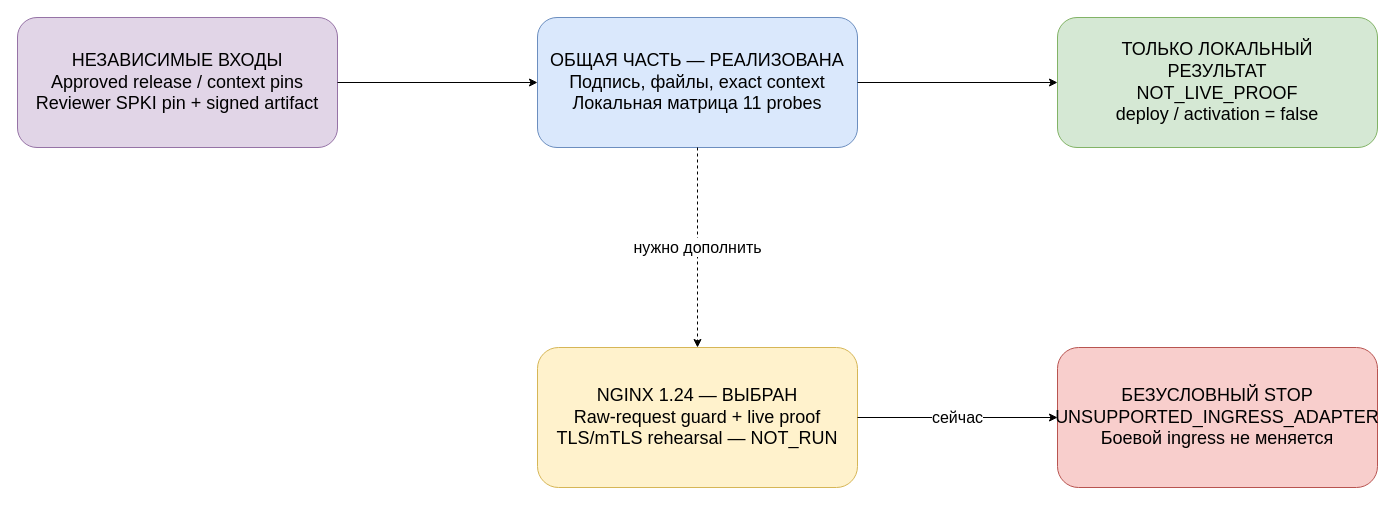
Above: page "Ingress evidence boundaries" (1 of 2) of docs/assets/partner-game-membership-ingress-evidence.drawio in Z6v6e6r/lk (draw.io), before the change. Source tidied: cells renumbered, new cells numbered last; positions are measured from the earlier drawing's top-left corner, leaving out a move shared by most shapes. Both pictures are drawn from the tidied source at 100%, with x=0, y=0 at pixel (17, 17).
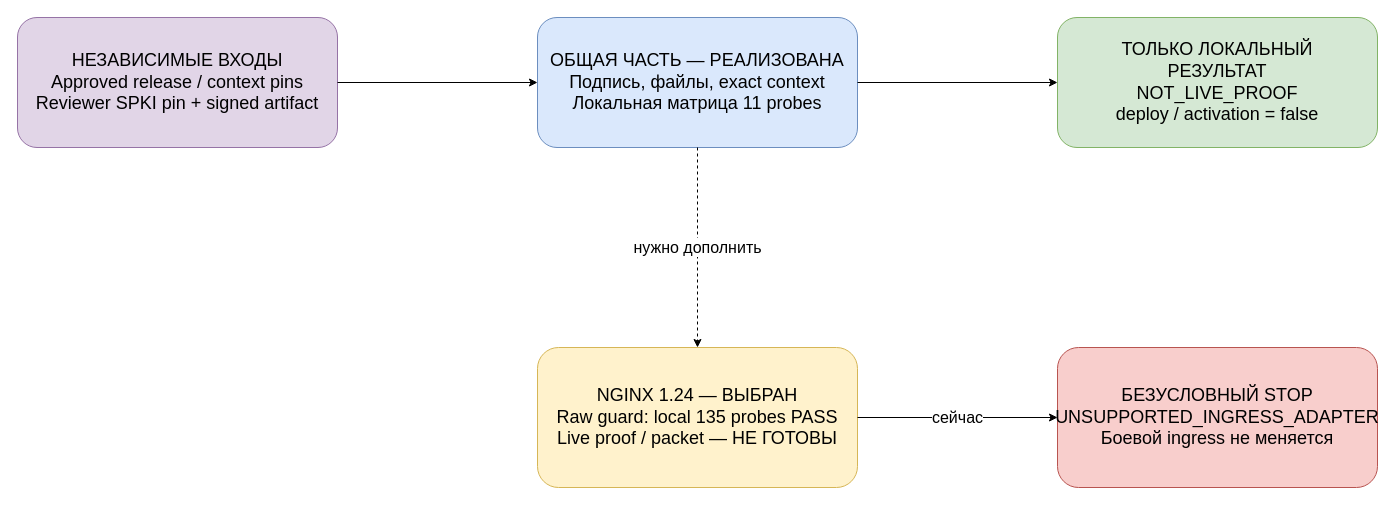
The same page after the edit.

Commit message (it also covers changes not shown here):
feat(partner-api): guard raw requests before Node-RED parsing

What changed in the source:
```diff
@@
 <mxGraphModel>
   <root>
     <mxCell id="0" />
     <mxCell id="1" parent="0" />
     <mxCell id="2" value="НЕЗАВИСИМЫЕ ВХОДЫ&#10;Approved release / context pins&#10;Reviewer SPKI pin + signed artifact" style="rounded=1;whiteSpace=wrap;html=1;fillColor=#e1d5e7;strokeColor=#9673a6;fontSize=18;spacing=14;" parent="1" vertex="1">
       <mxGeometry width="320" height="130" as="geometry" />
     </mxCell>
     <mxCell id="3" value="ОБЩАЯ ЧАСТЬ — РЕАЛИЗОВАНА&#10;Подпись, файлы, exact context&#10;Локальная матрица 11 probes" style="rounded=1;whiteSpace=wrap;html=1;fillColor=#dae8fc;strokeColor=#6c8ebf;fontSize=18;spacing=14;" parent="1" vertex="1">
       <mxGeometry x="520" width="320" height="130" as="geometry" />
     </mxCell>
     <mxCell id="4" value="ТОЛЬКО ЛОКАЛЬНЫЙ РЕЗУЛЬТАТ&#10;NOT_LIVE_PROOF&#10;deploy / activation = false" style="rounded=1;whiteSpace=wrap;html=1;fillColor=#d5e8d4;strokeColor=#82b366;fontSize=18;spacing=14;" parent="1" vertex="1">
       <mxGeometry x="1040" width="320" height="130" as="geometry" />
     </mxCell>
-    <mxCell id="5" value="NGINX 1.24 — ВЫБРАН&#10;Raw-request guard + live proof&#10;TLS/mTLS rehearsal — NOT_RUN" style="rounded=1;whiteSpace=wrap;html=1;fillColor=#fff2cc;strokeColor=#d6b656;fontSize=18;spacing=14;" parent="1" vertex="1">
+    <mxCell id="5" value="NGINX 1.24 — ВЫБРАН&#10;Raw guard: local 135 probes PASS&#10;Live proof / packet — НЕ ГОТОВЫ" style="rounded=1;whiteSpace=wrap;html=1;fillColor=#fff2cc;strokeColor=#d6b656;fontSize=18;spacing=14;" parent="1" vertex="1">
       <mxGeometry x="520" y="330" width="320" height="140" as="geometry" />
     </mxCell>
     <mxCell id="6" value="БЕЗУСЛОВНЫЙ STOP&#10;UNSUPPORTED_INGRESS_ADAPTER&#10;Боевой ingress не меняется" style="rounded=1;whiteSpace=wrap;html=1;fillColor=#f8cecc;strokeColor=#b85450;fontSize=18;spacing=14;" parent="1" vertex="1">
       <mxGeometry x="1040" y="330" width="320" height="140" as="geometry" />
     </mxCell>
     <mxCell id="7" style="edgeStyle=orthogonalEdgeStyle;rounded=1;jettySize=auto;html=1;exitX=1;exitY=0.5;entryX=0;entryY=0.5;" parent="1" edge="1" source="2" target="3">
       <mxGeometry relative="1" as="geometry" />
     </mxCell>
     <mxCell id="8" style="edgeStyle=orthogonalEdgeStyle;rounded=1;jettySize=auto;html=1;exitX=1;exitY=0.5;entryX=0;entryY=0.5;" parent="1" edge="1" source="3" target="4">
       <mxGeometry relative="1" as="geometry" />
     </mxCell>
     <mxCell id="9" value="нужно дополнить" style="edgeStyle=orthogonalEdgeStyle;rounded=1;jettySize=auto;html=1;dashed=1;fontSize=16;exitX=0.5;exitY=1;entryX=0.5;entryY=0;" parent="1" edge="1" source="3" target="5">
       <mxGeometry relative="1" as="geometry" />
     </mxCell>
     <mxCell id="10" value="сейчас" style="edgeStyle=orthogonalEdgeStyle;rounded=1;jettySize=auto;html=1;fontSize=16;exitX=1;exitY=0.5;entryX=0;entryY=0.5;" parent="1" edge="1" source="5" target="6">
       <mxGeometry relative="1" as="geometry" />
     </mxCell>
   </root>
 </mxGraphModel>
```
